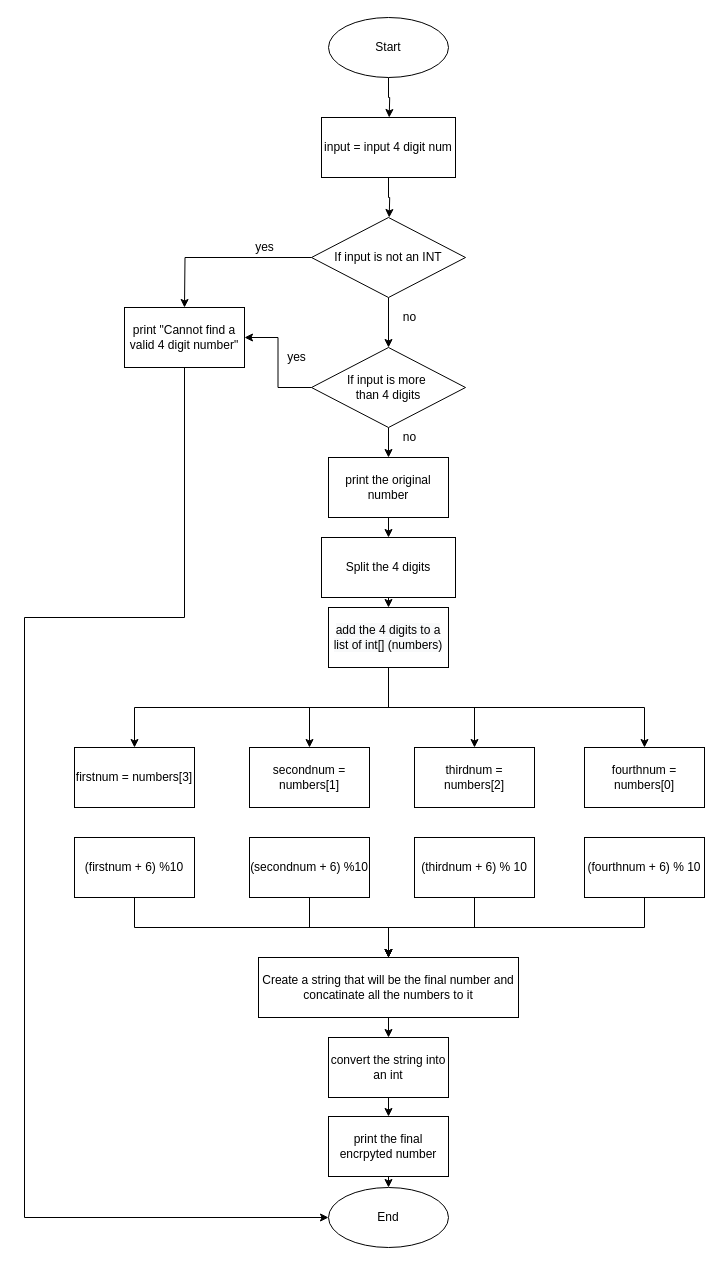
IzzyDotExe/flow-charts keeps this draw.io diagram as Untitled Diagram.drawio. Above is the earlier version. Source tidied: cells renumbered, new cells numbered last; positions are measured from the earlier drawing's top-left corner, leaving out a move shared by most shapes. Both pictures are drawn from the tidied source at 100%, with x=0, y=0 at pixel (24, 17).
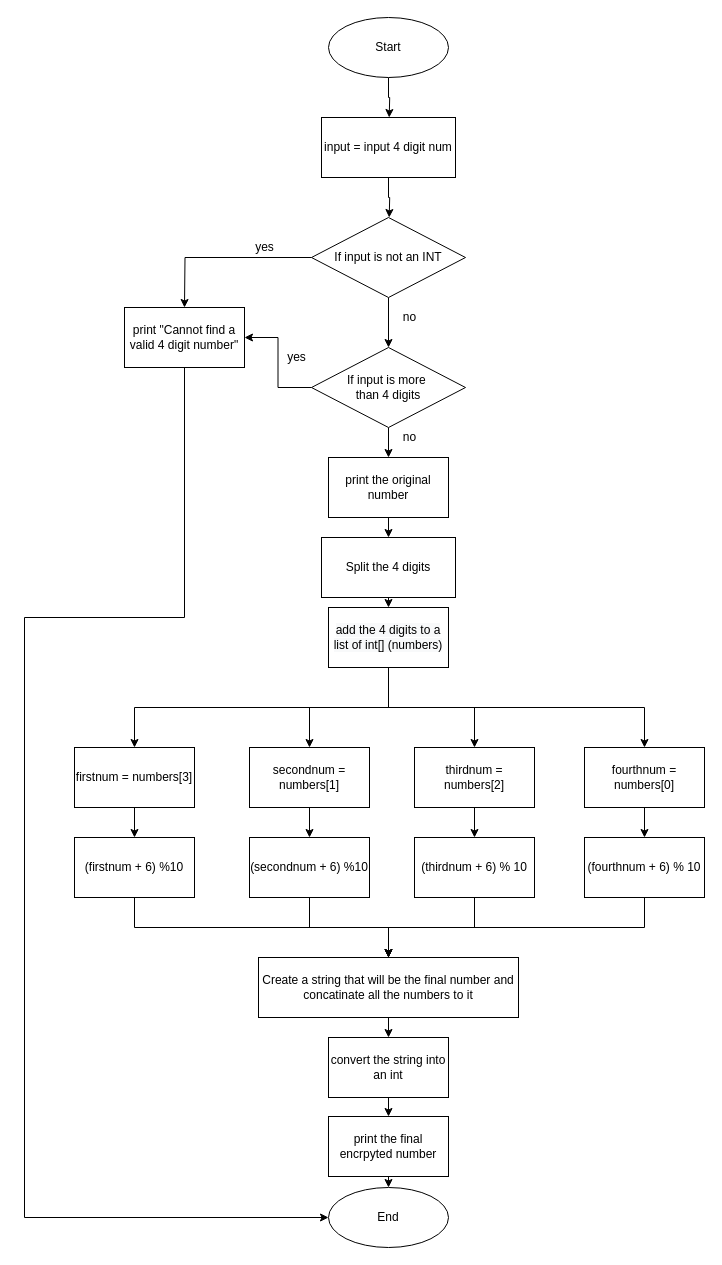
Above is the later version.

Unchanged cells that the change refers to:
```xml
<mxCell id="27" value="firstnum = numbers[3]" style="whiteSpace=wrap;html=1;" parent="1" vertex="1">
  <mxGeometry x="50" y="730" width="120" height="60" as="geometry" />
</mxCell>
<mxCell id="28" value="secondnum = numbers[1]" style="whiteSpace=wrap;html=1;" parent="1" vertex="1">
  <mxGeometry x="225" y="730" width="120" height="60" as="geometry" />
</mxCell>
<mxCell id="29" value="thirdnum = numbers[2]" style="whiteSpace=wrap;html=1;" parent="1" vertex="1">
  <mxGeometry x="390" y="730" width="120" height="60" as="geometry" />
</mxCell>
<mxCell id="30" value="fourthnum = numbers[0]" style="whiteSpace=wrap;html=1;" parent="1" vertex="1">
  <mxGeometry x="560" y="730" width="120" height="60" as="geometry" />
</mxCell>
<mxCell id="32" value="(firstnum + 6) %10" style="whiteSpace=wrap;html=1;" parent="1" vertex="1">
  <mxGeometry x="50" y="820" width="120" height="60" as="geometry" />
</mxCell>
<mxCell id="34" value="(secondnum + 6) %10" style="whiteSpace=wrap;html=1;" parent="1" vertex="1">
  <mxGeometry x="225" y="820" width="120" height="60" as="geometry" />
</mxCell>
<mxCell id="36" value="(thirdnum + 6) % 10" style="whiteSpace=wrap;html=1;" parent="1" vertex="1">
  <mxGeometry x="390" y="820" width="120" height="60" as="geometry" />
</mxCell>
<mxCell id="38" value="(fourthnum + 6) % 10" style="whiteSpace=wrap;html=1;" parent="1" vertex="1">
  <mxGeometry x="560" y="820" width="120" height="60" as="geometry" />
</mxCell>
```

The edit, as a diff of the source:
```diff
@@
+    <mxCell id="46" style="edgeStyle=orthogonalEdgeStyle;rounded=0;jettySize=auto;html=1;exitX=0.5;exitY=1;exitDx=0;exitDy=0;entryX=0.5;entryY=0;entryDx=0;entryDy=0;" parent="1" edge="1" source="27" target="32">
+      <mxGeometry relative="1" as="geometry" />
+    </mxCell>
@@
+    <mxCell id="47" style="edgeStyle=orthogonalEdgeStyle;rounded=0;jettySize=auto;html=1;exitX=0.5;exitY=1;exitDx=0;exitDy=0;entryX=0.5;entryY=0;entryDx=0;entryDy=0;" parent="1" edge="1" source="28" target="34">
+      <mxGeometry relative="1" as="geometry" />
+    </mxCell>
@@
+    <mxCell id="48" style="edgeStyle=orthogonalEdgeStyle;rounded=0;jettySize=auto;html=1;exitX=0.5;exitY=1;exitDx=0;exitDy=0;entryX=0.5;entryY=0;entryDx=0;entryDy=0;" parent="1" edge="1" source="29" target="36">
+      <mxGeometry relative="1" as="geometry" />
+    </mxCell>
@@
+    <mxCell id="49" style="edgeStyle=orthogonalEdgeStyle;rounded=0;jettySize=auto;html=1;exitX=0.5;exitY=1;exitDx=0;exitDy=0;entryX=0.5;entryY=0;entryDx=0;entryDy=0;" parent="1" edge="1" source="30" target="38">
+      <mxGeometry relative="1" as="geometry" />
+    </mxCell>
```
